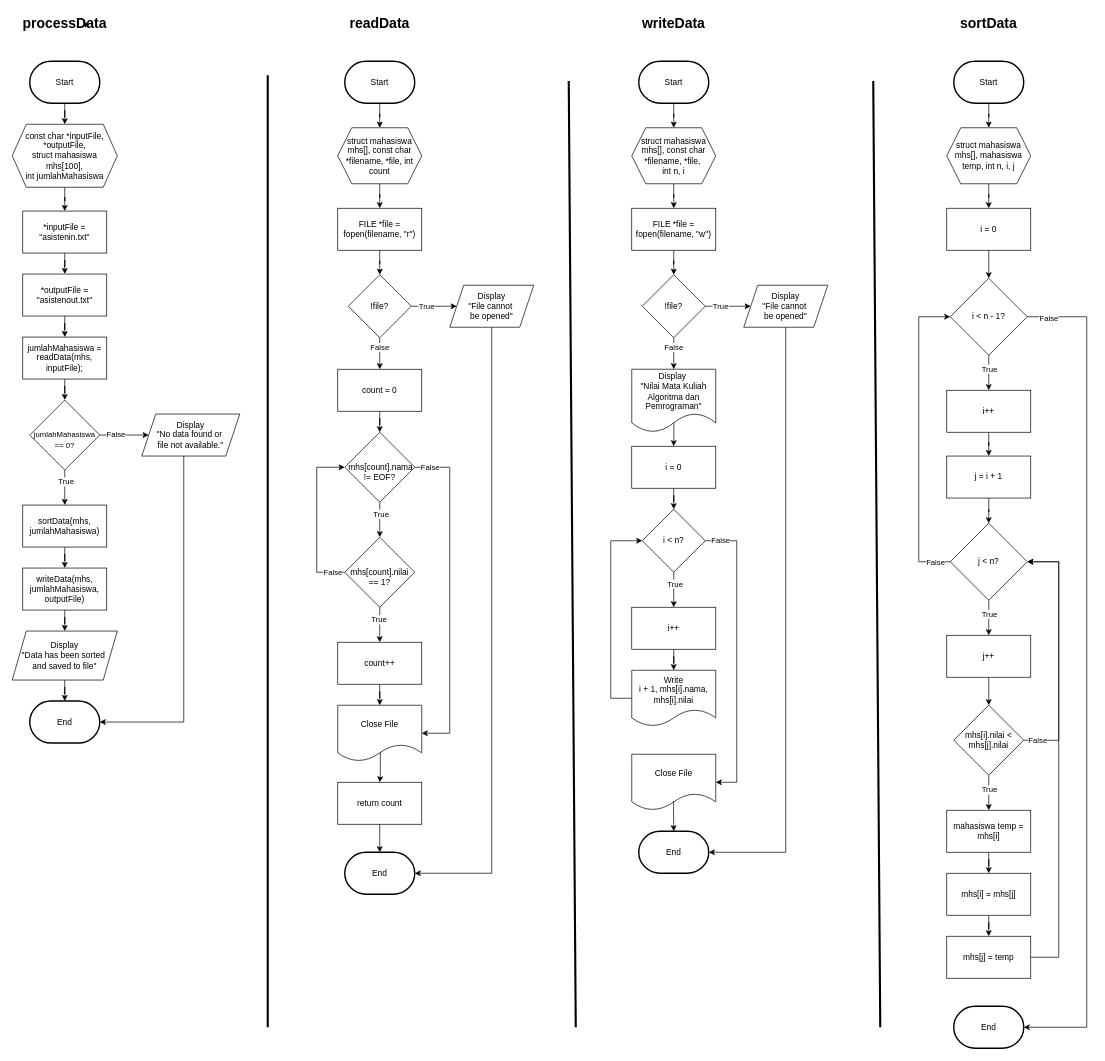
Earlier version of the draw.io diagram modul 4.drawio (elikawicaksana/BuildIT_BasisData). Source tidied: cells renumbered, new cells numbered last; positions are measured from the earlier drawing's top-left corner, leaving out a move shared by most shapes. Both pictures are drawn from the tidied source at 70%, with x=0, y=0 at pixel (12, 12).
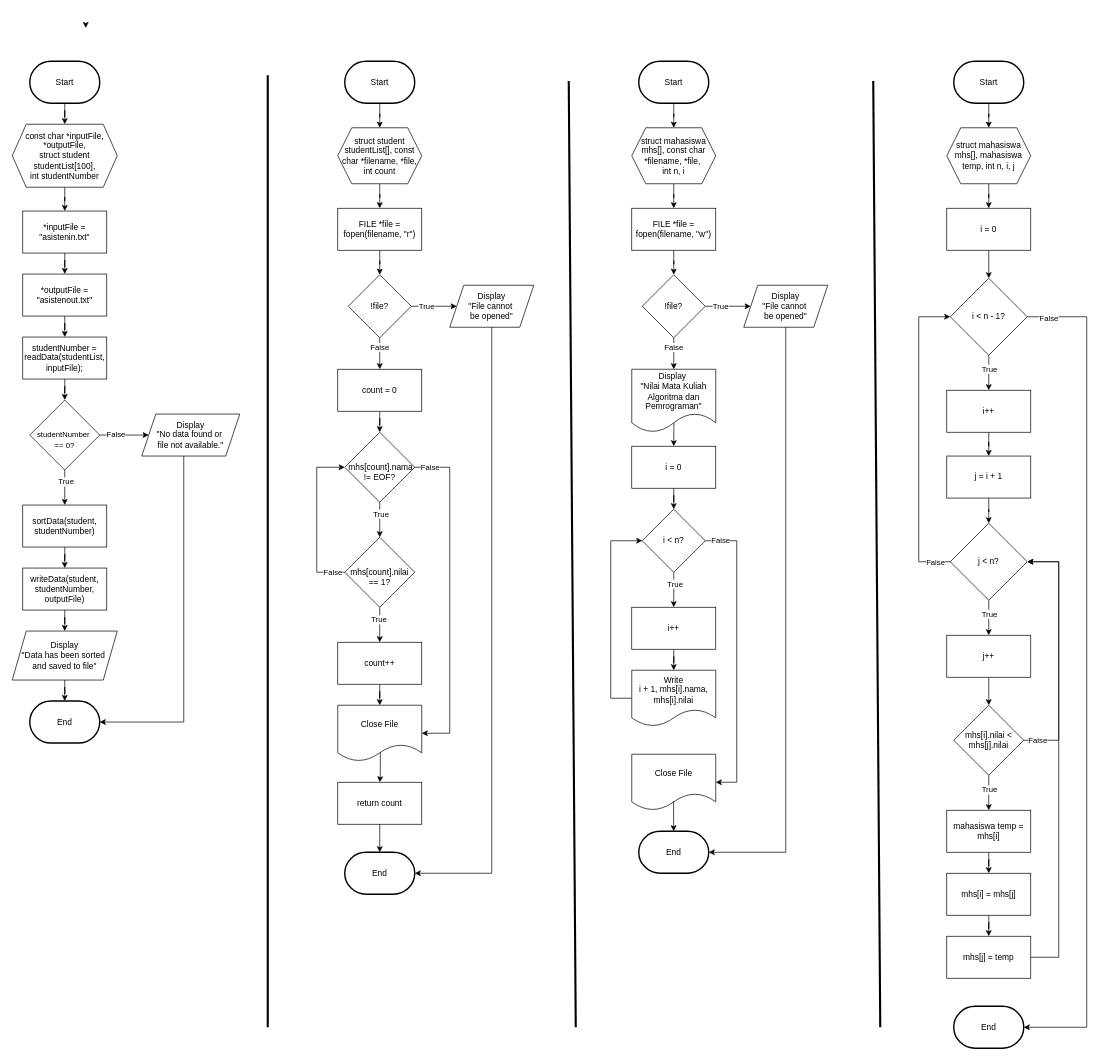
After the change.

What changed in the source:
```diff
@@
-    <mxCell id="5" value="jumlahMahasiswa = readData(mhs, inputFile);" style="rounded=0;whiteSpace=wrap;html=1;" parent="1" vertex="1">
+    <mxCell id="5" value="studentNumber = readData(studentList, inputFile);" style="rounded=0;whiteSpace=wrap;html=1;" parent="1" vertex="1">
       <mxGeometry x="15" y="464" width="120" height="60" as="geometry" />
     </mxCell>
@@
-    <mxCell id="10" value="&lt;div&gt;&lt;font style=&quot;font-size: 11px;&quot;&gt;&lt;br&gt;&lt;/font&gt;&lt;/div&gt;&lt;font style=&quot;font-size: 11px;&quot;&gt;jumlahMahasiswa&lt;/font&gt;&lt;div&gt;&lt;span style=&quot;font-size: 11px; background-color: initial; color: rgb(0, 0, 0); --darkreader-inline-bgcolor: initial; --darkreader-inline-color: #e8e6e3;&quot;&gt;== 0?&lt;/span&gt;&lt;/div&gt;" style="rhombus;whiteSpace=wrap;html=1;" parent="1" vertex="1">
+    <mxCell id="10" value="&lt;div&gt;&lt;font style=&quot;font-size: 11px;&quot;&gt;&lt;br&gt;&lt;/font&gt;&lt;/div&gt;&lt;div&gt;&lt;span style=&quot;background-color: initial; --darkreader-inline-bgcolor: initial;&quot;&gt;&lt;span style=&quot;font-size: 11px;&quot;&gt;studentNumber&amp;nbsp;&lt;/span&gt;&lt;/span&gt;&lt;/div&gt;&lt;div&gt;&lt;span style=&quot;background-color: initial; --darkreader-inline-bgcolor: initial;&quot;&gt;&lt;font style=&quot;--darkreader-inline-color: #e8e6e3;&quot; color=&quot;#000000&quot;&gt;&lt;span style=&quot;font-size: 11px;&quot;&gt;== 0?&lt;/span&gt;&lt;/font&gt;&lt;/span&gt;&lt;/div&gt;" style="rhombus;whiteSpace=wrap;html=1;" parent="1" vertex="1">
       <mxGeometry x="25" y="554" width="100" height="100" as="geometry" />
     </mxCell>
@@
-    <mxCell id="15" value="sortData(mhs, jumlahMahasiswa)" style="rounded=0;whiteSpace=wrap;html=1;" parent="1" vertex="1">
+    <mxCell id="15" value="sortData(student, studentNumber)" style="rounded=0;whiteSpace=wrap;html=1;" parent="1" vertex="1">
       <mxGeometry x="15" y="704" width="120" height="60" as="geometry" />
     </mxCell>
@@
-    <mxCell id="17" value="writeData(mhs, jumlahMahasiswa, outputFile)" style="rounded=0;whiteSpace=wrap;html=1;" parent="1" vertex="1">
+    <mxCell id="17" value="writeData(student, studentNumber, outputFile)" style="rounded=0;whiteSpace=wrap;html=1;" parent="1" vertex="1">
       <mxGeometry x="15" y="794" width="120" height="60" as="geometry" />
     </mxCell>
@@
-    <mxCell id="20" value="&lt;div&gt;const char *inputFile, *outputFile,&lt;br&gt;&lt;/div&gt;struct mahasiswa mhs[100],&lt;div&gt;int jumlahMahasiswa&lt;/div&gt;" style="shape=hexagon;perimeter=hexagonPerimeter2;whiteSpace=wrap;html=1;fixedSize=1;" parent="1" vertex="1">
+    <mxCell id="20" value="&lt;div&gt;const char *inputFile, *outputFile,&lt;br&gt;&lt;/div&gt;struct student studentList[100],&lt;div&gt;int studentNumber&lt;/div&gt;" style="shape=hexagon;perimeter=hexagonPerimeter2;whiteSpace=wrap;html=1;fixedSize=1;" parent="1" vertex="1">
       <mxGeometry y="160" width="150" height="90" as="geometry" />
     </mxCell>
@@
-    <mxCell id="25" value="struct&amp;nbsp;mahasiswa mhs[], const char *filename, *file, int count" style="shape=hexagon;perimeter=hexagonPerimeter2;whiteSpace=wrap;html=1;fixedSize=1;" parent="1" vertex="1">
+    <mxCell id="25" value="struct&amp;nbsp;student studentList[], const char *filename, *file, int count" style="shape=hexagon;perimeter=hexagonPerimeter2;whiteSpace=wrap;html=1;fixedSize=1;" parent="1" vertex="1">
       <mxGeometry x="465" y="165" width="120" height="80" as="geometry" />
     </mxCell>
@@
-    <mxCell id="121" value="&lt;font style=&quot;font-size: 20px;&quot;&gt;&lt;b&gt;processData&lt;/b&gt;&lt;/font&gt;" style="text;html=1;align=center;verticalAlign=middle;whiteSpace=wrap;rounded=0;" parent="1" vertex="1">
-      <mxGeometry x="45" width="60" height="30" as="geometry" />
-    </mxCell>
-    <mxCell id="122" style="edgeStyle=orthogonalEdgeStyle;rounded=0;orthogonalLoop=1;jettySize=auto;html=1;exitX=1;exitY=0.5;exitDx=0;exitDy=0;entryX=1;entryY=0.75;entryDx=0;entryDy=0;" parent="1" edge="1" source="121" target="121">
-      <mxGeometry relative="1" as="geometry" />
+    <mxCell id="122" style="edgeStyle=orthogonalEdgeStyle;rounded=0;orthogonalLoop=1;jettySize=auto;html=1;exitX=1;exitY=0.5;exitDx=0;exitDy=0;entryX=1;entryY=0.75;entryDx=0;entryDy=0;" parent="1" edge="1">
+      <mxGeometry relative="1" as="geometry">
+        <mxPoint x="105" y="15" as="sourcePoint" />
+        <mxPoint x="105" y="22.5" as="targetPoint" />
+      </mxGeometry>
     </mxCell>
-    <mxCell id="123" value="&lt;font style=&quot;font-size: 20px;&quot;&gt;&lt;b&gt;readData&lt;/b&gt;&lt;/font&gt;" style="text;html=1;align=center;verticalAlign=middle;whiteSpace=wrap;rounded=0;" parent="1" vertex="1">
-      <mxGeometry x="495" width="60" height="30" as="geometry" />
-    </mxCell>
-    <mxCell id="124" value="&lt;font style=&quot;font-size: 20px;&quot;&gt;&lt;b&gt;writeData&lt;/b&gt;&lt;/font&gt;" style="text;html=1;align=center;verticalAlign=middle;whiteSpace=wrap;rounded=0;" parent="1" vertex="1">
-      <mxGeometry x="915" width="60" height="30" as="geometry" />
-    </mxCell>
-    <mxCell id="125" value="&lt;font style=&quot;font-size: 20px;&quot;&gt;&lt;b&gt;sortData&lt;/b&gt;&lt;/font&gt;" style="text;html=1;align=center;verticalAlign=middle;whiteSpace=wrap;rounded=0;" parent="1" vertex="1">
-      <mxGeometry x="1365" width="60" height="30" as="geometry" />
-    </mxCell>
```
